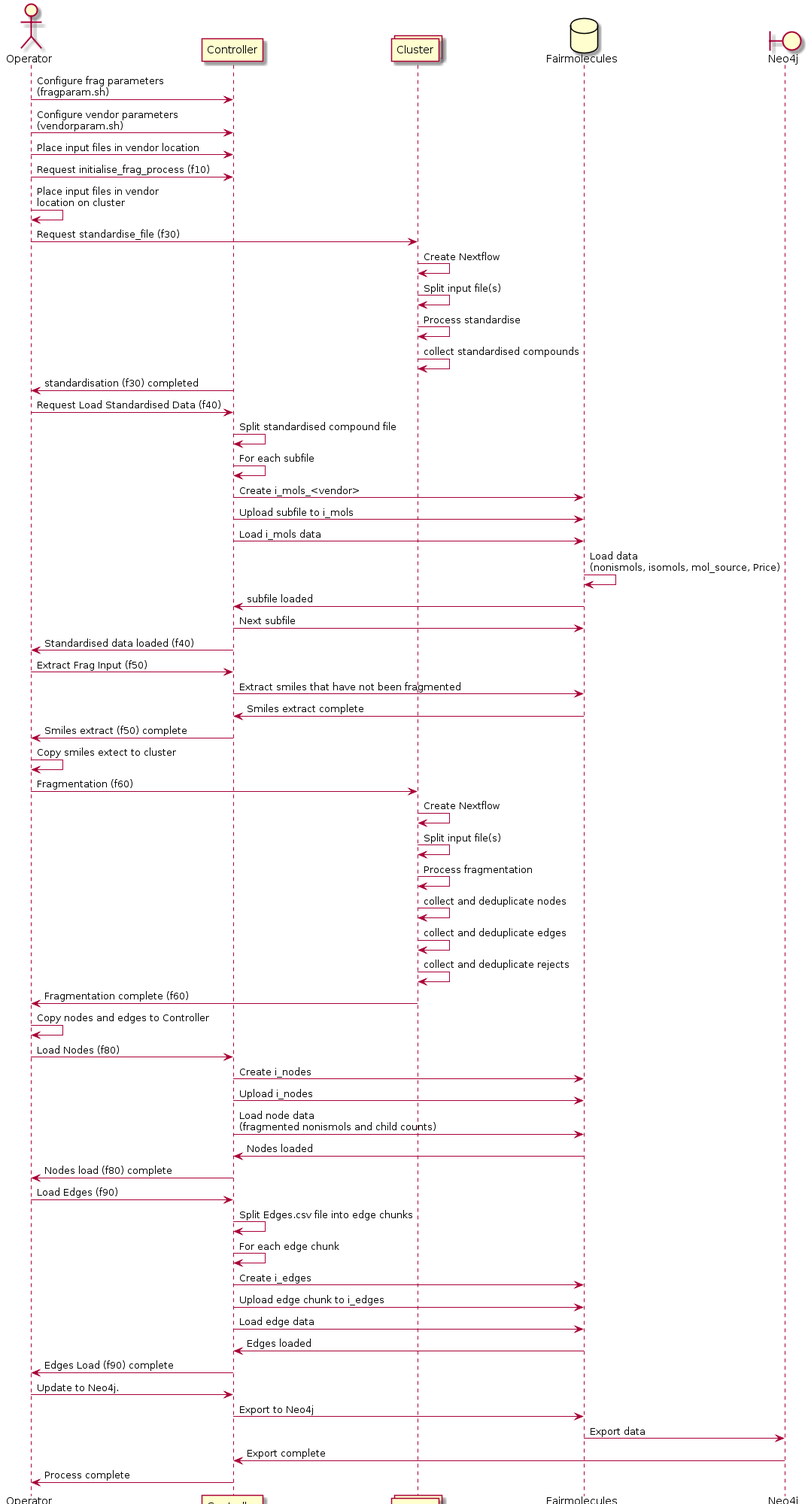
Before: images/FragmentorSequence.png, a diagram exported from PlantUML (InformaticsMatters/fragmentor).
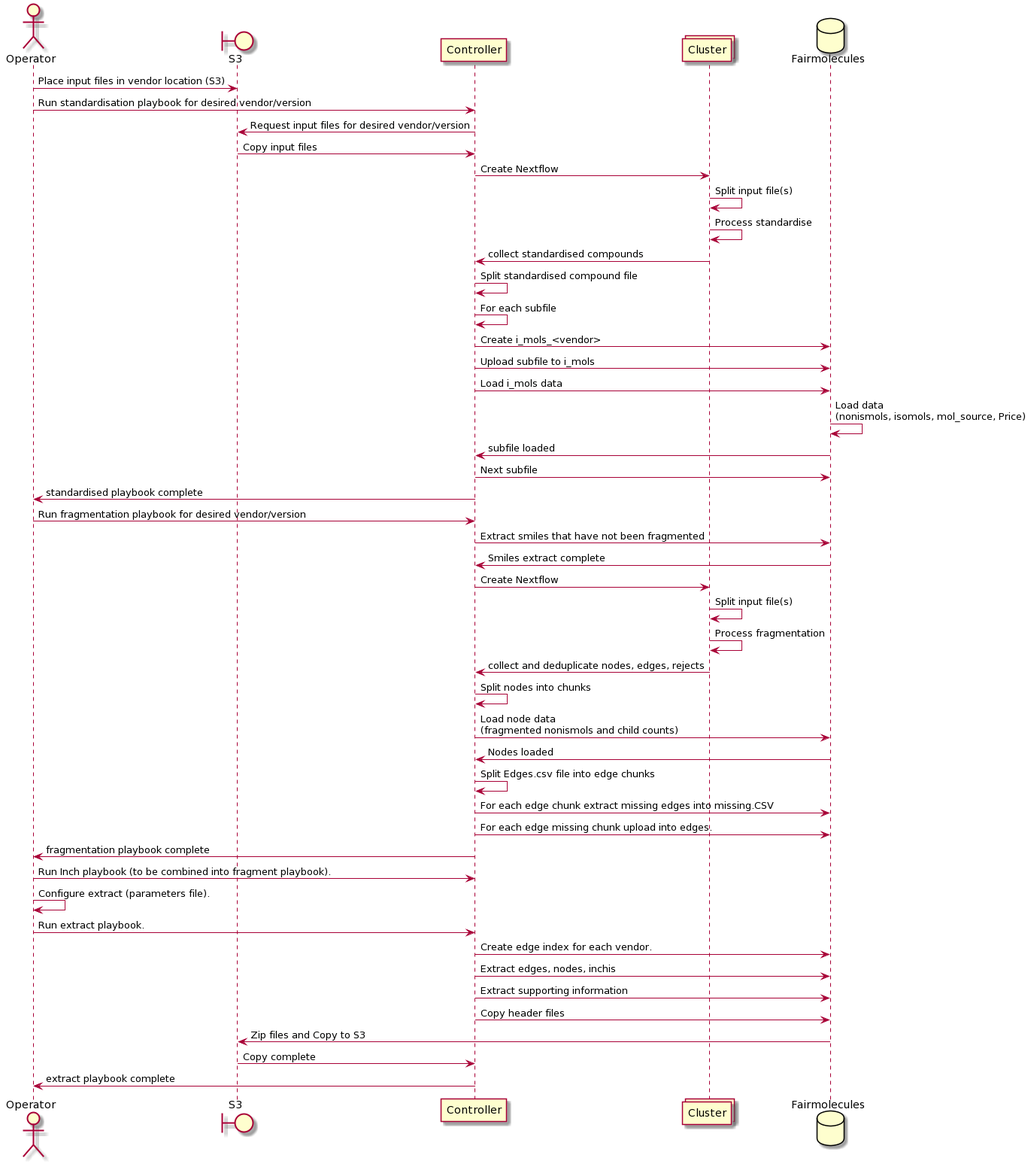
After the commit.

Commit message:
New functionality to automate the standardised chunk size based on the number of vendor molecules and processing speed.

Diff of the diagram source:
```diff
@@ -1,19 +1,15 @@
 @startuml
 actor Operator
-Operator -> Controller : Configure frag parameters \n(fragparam.sh)
-Operator -> Controller : Configure vendor parameters \n(vendorparam.sh)
-Operator -> Controller : Place input files in vendor location
-Operator -> Controller : Request initialise_frag_process (f10)
-Operator -> Operator : Place input files in vendor  \nlocation on cluster
+boundary S3
+Operator -> S3 : Place input files in vendor location (S3)
+Operator -> Controller : Run standardisation playbook for desired vendor/version
+Controller -> S3 : Request input files for desired vendor/version
+S3 -> Controller : Copy input files
 collections Cluster
-Operator -> Cluster : Request standardise_file (f30)
-collections Cluster
-Cluster -> Cluster : Create Nextflow
+Controller -> Cluster : Create Nextflow
 Cluster -> Cluster : Split input file(s)
 Cluster -> Cluster : Process standardise
-Cluster -> Cluster : collect standardised compounds
-Controller -> Operator : standardisation (f30) completed
-Operator -> Controller : Request Load Standardised Data (f40)
+Cluster -> Controller : collect standardised compounds
 Controller -> Controller : Split standardised compound file
 Controller -> Controller : For each subfile
 database Fairmolecules
@@ -23,39 +19,29 @@
 Fairmolecules -> Fairmolecules : Load data \n(nonismols, isomols, mol_source, Price)
 Fairmolecules -> Controller : subfile loaded
 Controller -> Fairmolecules : Next subfile
-Controller -> Operator : Standardised data loaded (f40)
-Operator -> Controller : Extract Frag Input (f50)
+Controller -> Operator : standardised playbook complete
+Operator -> Controller : Run fragmentation playbook for desired vendor/version
 Controller -> Fairmolecules : Extract smiles that have not been fragmented
 Fairmolecules -> Controller : Smiles extract complete
-Controller -> Operator : Smiles extract (f50) complete
-Operator -> Operator : Copy smiles extect to cluster
-Operator -> Cluster : Fragmentation (f60)
-Cluster -> Cluster : Create Nextflow
+Controller -> Cluster : Create Nextflow
 Cluster -> Cluster : Split input file(s)
 Cluster -> Cluster : Process fragmentation
-Cluster -> Cluster : collect and deduplicate nodes
-Cluster -> Cluster : collect and deduplicate edges
-Cluster -> Cluster : collect and deduplicate rejects
-Cluster -> Operator : Fragmentation complete (f60)
-Operator -> Operator : Copy nodes and edges to Controller
-Operator -> Controller : Load Nodes (f80)
-Controller -> Fairmolecules : Create i_nodes
-Controller -> Fairmolecules : Upload i_nodes
+Cluster -> Controller : collect and deduplicate nodes, edges, rejects
+Controller -> Controller : Split nodes into chunks
 Controller -> Fairmolecules : Load node data  \n(fragmented nonismols and child counts)
 Fairmolecules -> Controller : Nodes loaded
-Controller -> Operator : Nodes load (f80) complete
-Operator -> Controller : Load Edges (f90)
 Controller -> Controller : Split Edges.csv file into edge chunks
-Controller -> Controller : For each edge chunk
-Controller -> Fairmolecules : Create i_edges
-Controller -> Fairmolecules : Upload edge chunk to i_edges
-Controller -> Fairmolecules : Load edge data
-Fairmolecules -> Controller : Edges loaded
-Controller -> Operator : Edges Load (f90) complete
-Operator -> Controller : Update to Neo4j.
-boundary Neo4j
-Controller -> Fairmolecules : Export to Neo4j
-Fairmolecules -> Neo4j : Export data
-Neo4j -> Controller : Export complete
-Controller -> Operator : Process complete
+Controller -> Fairmolecules : For each edge chunk extract missing edges into missing.CSV
+Controller -> Fairmolecules : For each edge missing chunk upload into edges.
+Controller -> Operator : fragmentation playbook complete
+Operator -> Controller : Run Inch playbook (to be combined into fragment playbook).
+Operator -> Operator : Configure extract (parameters file).
+Operator -> Controller : Run extract playbook.
+Controller -> Fairmolecules : Create edge index for each vendor.
+Controller -> Fairmolecules : Extract edges, nodes, inchis
+Controller -> Fairmolecules : Extract supporting information
+Controller -> Fairmolecules : Copy header files
+Fairmolecules -> S3 : Zip files and Copy to S3
+S3 -> Controller : Copy complete
+Controller -> Operator : extract playbook complete
 @enduml
```
